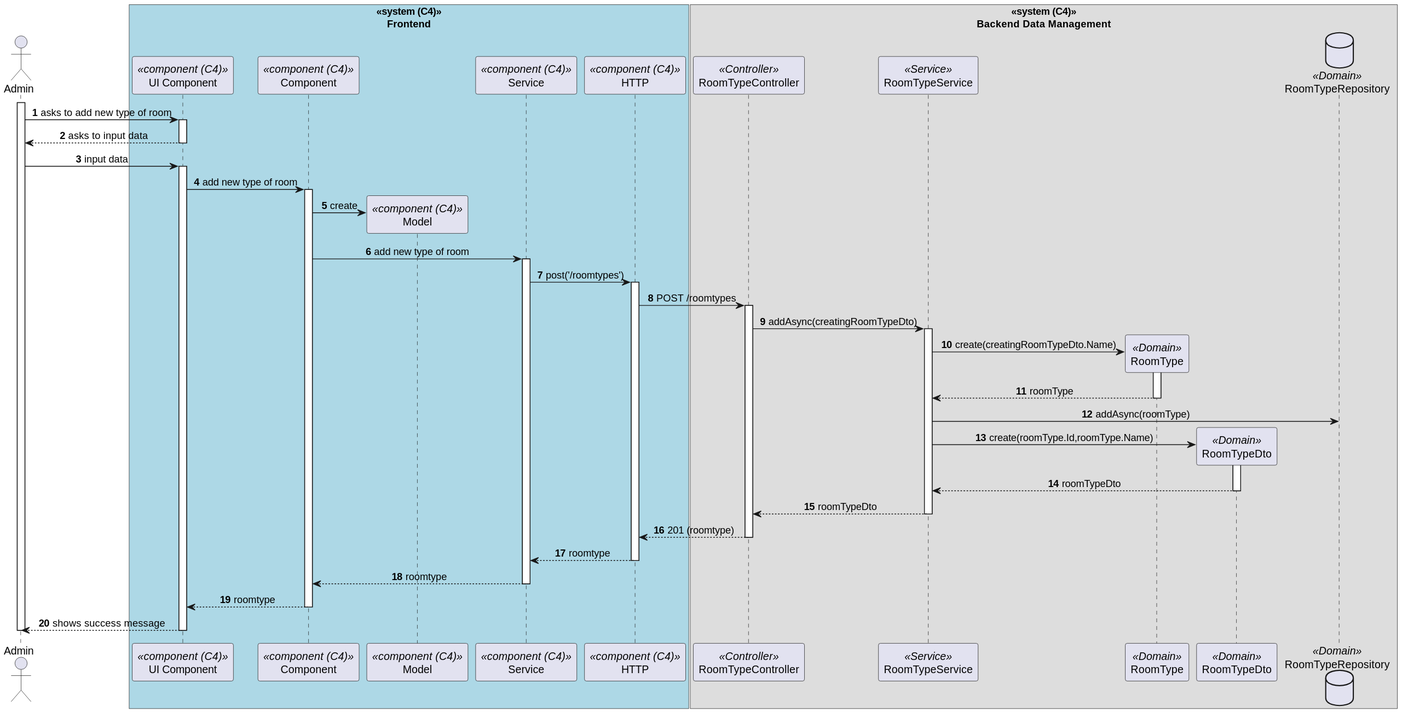
Above: docs/sprint-c/us-7.2.10/views/level3/process-view.svg in 1220846/sem5pi-24-25-3ddg20 (PlantUML), before the change.
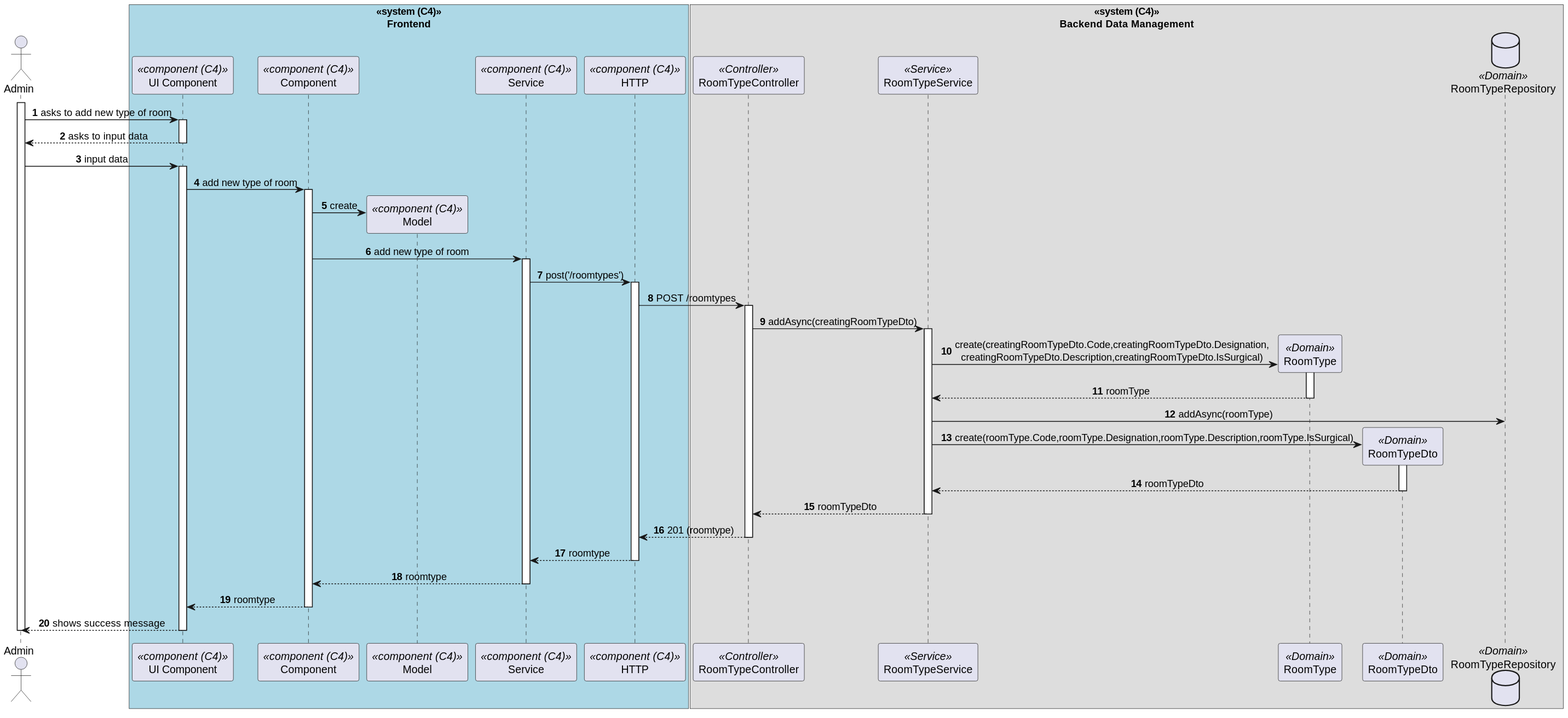
After the change.

Diff of the diagram source:
```diff
@@ -50,7 +50,7 @@
 
                             activate Service_
 
-                                Service_ -> RoomType**: create(creatingRoomTypeDto.Name)
+                                Service_ -> RoomType**: create(creatingRoomTypeDto.Code,creatingRoomTypeDto.Designation,\ncreatingRoomTypeDto.Description,creatingRoomTypeDto.IsSurgical)
 
                                 activate RoomType
                                     RoomType --> Service_ : roomType
@@ -58,7 +58,7 @@
 
                                 Service_ -> RoomTypeRepo : addAsync(roomType)
 
-                                Service_ -> RoomTypeDto** : create(roomType.Id,roomType.Name)
+                                Service_ -> RoomTypeDto** : create(roomType.Code,roomType.Designation,roomType.Description,roomType.IsSurgical)
 
                                 activate RoomTypeDto
 
```
